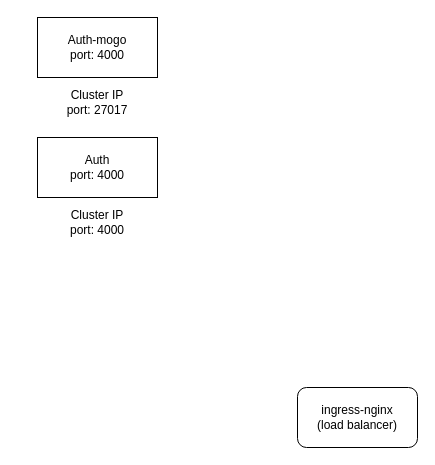
Above: diagrams/microservice_architecture.drawio in kavishkamk/ticker-hub (draw.io), before the change. Source tidied: cells renumbered, new cells numbered last; positions are measured from the earlier drawing's top-left corner, leaving out a move shared by most shapes. Both pictures are drawn from the tidied source at 100%, with x=0, y=0 at pixel (37, 17).
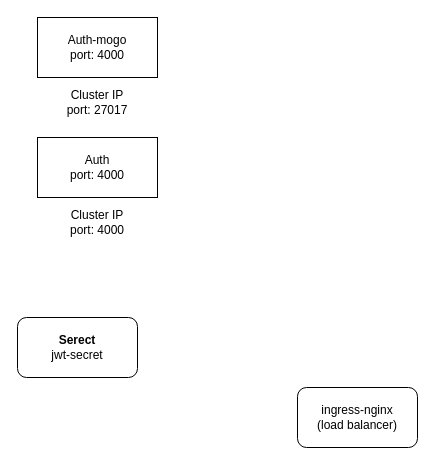
After the change.

Change to the diagram source:
```diff
@@
 <mxGraphModel>
   <root>
     <mxCell id="0" />
     <mxCell id="1" parent="0" />
     <mxCell id="2" value="Auth&lt;br&gt;port: 4000" style="rounded=0;whiteSpace=wrap;html=1;" parent="1" vertex="1">
       <mxGeometry y="120" width="120" height="60" as="geometry" />
     </mxCell>
     <mxCell id="3" value="Cluster IP&lt;br&gt;port: 4000" style="text;html=1;strokeColor=none;fillColor=none;align=center;verticalAlign=middle;whiteSpace=wrap;rounded=0;" parent="1" vertex="1">
       <mxGeometry y="180" width="120" height="50" as="geometry" />
     </mxCell>
     <mxCell id="4" value="ingress-nginx&lt;br&gt;(load balancer)" style="rounded=1;whiteSpace=wrap;html=1;" parent="1" vertex="1">
       <mxGeometry x="260" y="370" width="120" height="60" as="geometry" />
     </mxCell>
     <mxCell id="5" value="Auth-mogo&lt;br&gt;port: 4000" style="rounded=0;whiteSpace=wrap;html=1;" parent="1" vertex="1">
       <mxGeometry width="120" height="60" as="geometry" />
     </mxCell>
     <mxCell id="6" value="Cluster IP&lt;br&gt;port: 27017" style="text;html=1;strokeColor=none;fillColor=none;align=center;verticalAlign=middle;whiteSpace=wrap;rounded=0;" parent="1" vertex="1">
       <mxGeometry y="60" width="120" height="50" as="geometry" />
     </mxCell>
+    <mxCell id="7" value="&lt;b&gt;Serect&lt;/b&gt;&lt;br&gt;jwt-secret" style="rounded=1;whiteSpace=wrap;html=1;" parent="1" vertex="1">
+      <mxGeometry x="-20" y="300" width="120" height="60" as="geometry" />
+    </mxCell>
   </root>
 </mxGraphModel>
```
